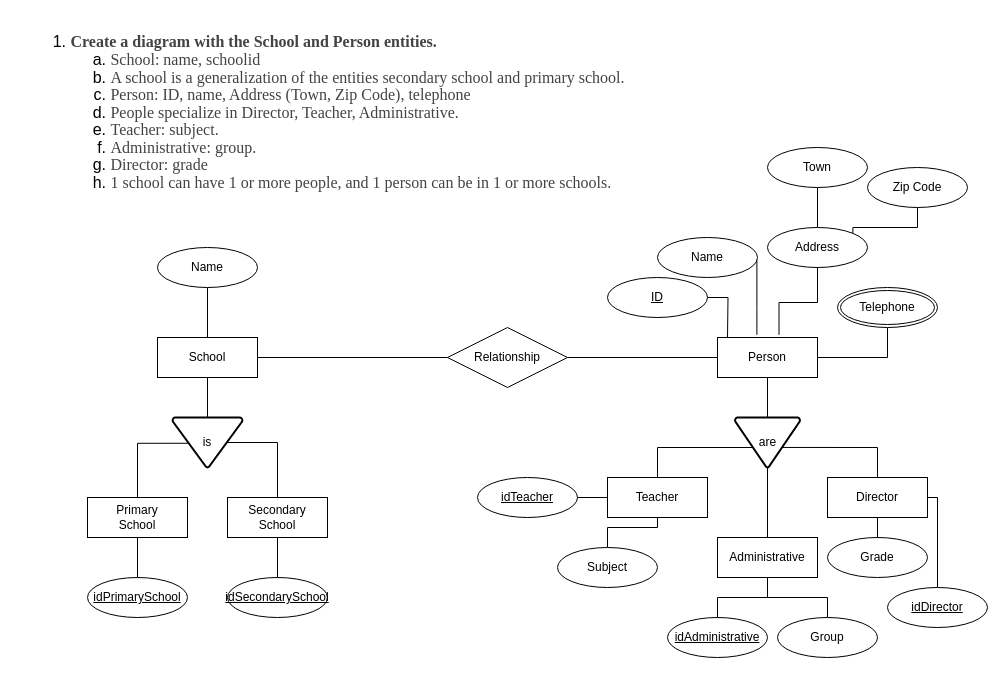
This is page "Exercise 1" (1 of 4) of UD4_Exercise4_MarcosZahonero.drawio from Maek0s/1DAM_Databases, a draw.io file, before an edit. Source tidied: cells renumbered, new cells numbered last; positions are measured from the earlier drawing's top-left corner, leaving out a move shared by most shapes. Both pictures are drawn from the tidied source at 100%, with x=0, y=0 at pixel (17, 17).
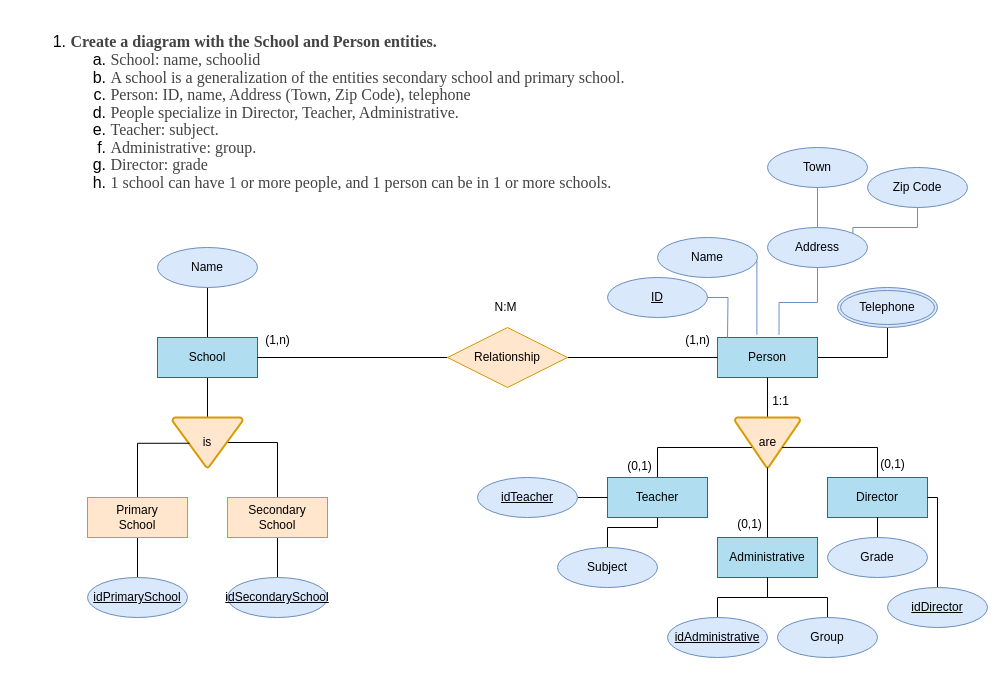
The same page after the edit.

The edit, as a diff of the source:
```diff
@@
-    <mxCell id="5" value="School" style="whiteSpace=wrap;html=1;align=center;" parent="1" vertex="1">
+    <mxCell id="5" value="School" style="whiteSpace=wrap;html=1;align=center;fillColor=#b1ddf0;strokeColor=#10739e;" parent="1" vertex="1">
       <mxGeometry x="140" y="320" width="100" height="40" as="geometry" />
     </mxCell>
@@
-    <mxCell id="7" value="Person" style="whiteSpace=wrap;html=1;align=center;" parent="1" vertex="1">
+    <mxCell id="7" value="Person" style="whiteSpace=wrap;html=1;align=center;fillColor=#b1ddf0;strokeColor=#10739e;" parent="1" vertex="1">
       <mxGeometry x="700" y="320" width="100" height="40" as="geometry" />
     </mxCell>
@@
-    <mxCell id="9" value="is" style="strokeWidth=2;html=1;shape=mxgraph.flowchart.merge_or_storage;whiteSpace=wrap;" parent="1" vertex="1">
+    <mxCell id="9" value="is" style="strokeWidth=2;html=1;shape=mxgraph.flowchart.merge_or_storage;whiteSpace=wrap;fillColor=#ffe6cc;strokeColor=#d79b00;" parent="1" vertex="1">
       <mxGeometry x="155" y="400" width="70" height="50" as="geometry" />
     </mxCell>
@@
-    <mxCell id="12" value="Primary&lt;br&gt;School" style="whiteSpace=wrap;html=1;align=center;" parent="1" vertex="1">
+    <mxCell id="12" value="Primary&lt;br&gt;School" style="whiteSpace=wrap;html=1;align=center;fillColor=#ffe6cc;strokeColor=#d79b00;" parent="1" vertex="1">
       <mxGeometry x="70" y="480" width="100" height="40" as="geometry" />
     </mxCell>
@@
-    <mxCell id="14" value="Secondary&lt;br&gt;School" style="whiteSpace=wrap;html=1;align=center;" parent="1" vertex="1">
+    <mxCell id="14" value="Secondary&lt;br&gt;School" style="whiteSpace=wrap;html=1;align=center;fillColor=#ffe6cc;strokeColor=#d79b00;" parent="1" vertex="1">
       <mxGeometry x="210" y="480" width="100" height="40" as="geometry" />
     </mxCell>
@@
-    <mxCell id="16" value="Teacher" style="whiteSpace=wrap;html=1;align=center;" parent="1" vertex="1">
+    <mxCell id="16" value="Teacher" style="whiteSpace=wrap;html=1;align=center;fillColor=#b1ddf0;strokeColor=#10739e;" parent="1" vertex="1">
       <mxGeometry x="590" y="460" width="100" height="40" as="geometry" />
     </mxCell>
@@
-    <mxCell id="18" value="are" style="strokeWidth=2;html=1;shape=mxgraph.flowchart.merge_or_storage;whiteSpace=wrap;" parent="1" vertex="1">
+    <mxCell id="18" value="are" style="strokeWidth=2;html=1;shape=mxgraph.flowchart.merge_or_storage;whiteSpace=wrap;fillColor=#ffe6cc;strokeColor=#d79b00;" parent="1" vertex="1">
       <mxGeometry x="717.5" y="400" width="65" height="50" as="geometry" />
     </mxCell>
-    <mxCell id="19" value="Administrative" style="whiteSpace=wrap;html=1;align=center;" parent="1" vertex="1">
+    <mxCell id="19" value="Administrative" style="whiteSpace=wrap;html=1;align=center;fillColor=#b1ddf0;strokeColor=#10739e;" parent="1" vertex="1">
       <mxGeometry x="700" y="520" width="100" height="40" as="geometry" />
     </mxCell>
-    <mxCell id="20" value="Director" style="whiteSpace=wrap;html=1;align=center;" parent="1" vertex="1">
+    <mxCell id="20" value="Director" style="whiteSpace=wrap;html=1;align=center;fillColor=#b1ddf0;strokeColor=#10739e;" parent="1" vertex="1">
       <mxGeometry x="810" y="460" width="100" height="40" as="geometry" />
     </mxCell>
@@
-    <mxCell id="25" value="Relationship" style="shape=rhombus;perimeter=rhombusPerimeter;whiteSpace=wrap;html=1;align=center;" parent="1" vertex="1">
+    <mxCell id="25" value="Relationship" style="shape=rhombus;perimeter=rhombusPerimeter;whiteSpace=wrap;html=1;align=center;fillColor=#ffe6cc;strokeColor=#d79b00;" parent="1" vertex="1">
       <mxGeometry x="430" y="310" width="120" height="60" as="geometry" />
     </mxCell>
-    <mxCell id="26" value="Name" style="ellipse;whiteSpace=wrap;html=1;align=center;" parent="1" vertex="1">
+    <mxCell id="26" value="Name" style="ellipse;whiteSpace=wrap;html=1;align=center;fillColor=#dae8fc;strokeColor=#6c8ebf;" parent="1" vertex="1">
       <mxGeometry x="140" y="230" width="100" height="40" as="geometry" />
     </mxCell>
-    <mxCell id="27" value="idPrimarySchool" style="ellipse;whiteSpace=wrap;html=1;align=center;fontStyle=4;" parent="1" vertex="1">
+    <mxCell id="27" value="idPrimarySchool" style="ellipse;whiteSpace=wrap;html=1;align=center;fontStyle=4;fillColor=#dae8fc;strokeColor=#6c8ebf;" parent="1" vertex="1">
       <mxGeometry x="70" y="560" width="100" height="40" as="geometry" />
     </mxCell>
-    <mxCell id="28" value="idSecondarySchool" style="ellipse;whiteSpace=wrap;html=1;align=center;fontStyle=4;" parent="1" vertex="1">
+    <mxCell id="28" value="idSecondarySchool" style="ellipse;whiteSpace=wrap;html=1;align=center;fontStyle=4;fillColor=#dae8fc;strokeColor=#6c8ebf;" parent="1" vertex="1">
       <mxGeometry x="210" y="560" width="100" height="40" as="geometry" />
     </mxCell>
@@
-    <mxCell id="30" value="Subject" style="ellipse;whiteSpace=wrap;html=1;align=center;" parent="1" vertex="1">
+    <mxCell id="30" value="Subject" style="ellipse;whiteSpace=wrap;html=1;align=center;fillColor=#dae8fc;strokeColor=#6c8ebf;" parent="1" vertex="1">
       <mxGeometry x="540" y="530" width="100" height="40" as="geometry" />
     </mxCell>
@@
-    <mxCell id="32" value="Group" style="ellipse;whiteSpace=wrap;html=1;align=center;" parent="1" vertex="1">
+    <mxCell id="32" value="Group" style="ellipse;whiteSpace=wrap;html=1;align=center;fillColor=#dae8fc;strokeColor=#6c8ebf;" parent="1" vertex="1">
       <mxGeometry x="760" y="600" width="100" height="40" as="geometry" />
     </mxCell>
@@
-    <mxCell id="34" value="Grade" style="ellipse;whiteSpace=wrap;html=1;align=center;" parent="1" vertex="1">
+    <mxCell id="34" value="Grade" style="ellipse;whiteSpace=wrap;html=1;align=center;fillColor=#dae8fc;strokeColor=#6c8ebf;" parent="1" vertex="1">
       <mxGeometry x="810" y="520" width="100" height="40" as="geometry" />
     </mxCell>
@@
-    <mxCell id="36" value="idTeacher" style="ellipse;whiteSpace=wrap;html=1;align=center;fontStyle=4;" parent="1" vertex="1">
+    <mxCell id="36" value="idTeacher" style="ellipse;whiteSpace=wrap;html=1;align=center;fontStyle=4;fillColor=#dae8fc;strokeColor=#6c8ebf;" parent="1" vertex="1">
       <mxGeometry x="460" y="460" width="100" height="40" as="geometry" />
     </mxCell>
@@
-    <mxCell id="38" value="idAdministrative" style="ellipse;whiteSpace=wrap;html=1;align=center;fontStyle=4;" parent="1" vertex="1">
+    <mxCell id="38" value="idAdministrative" style="ellipse;whiteSpace=wrap;html=1;align=center;fontStyle=4;fillColor=#dae8fc;strokeColor=#6c8ebf;" parent="1" vertex="1">
       <mxGeometry x="650" y="600" width="100" height="40" as="geometry" />
     </mxCell>
@@
-    <mxCell id="40" value="idDirector" style="ellipse;whiteSpace=wrap;html=1;align=center;fontStyle=4;" parent="1" vertex="1">
+    <mxCell id="40" value="idDirector" style="ellipse;whiteSpace=wrap;html=1;align=center;fontStyle=4;fillColor=#dae8fc;strokeColor=#6c8ebf;" parent="1" vertex="1">
       <mxGeometry x="870" y="570" width="100" height="40" as="geometry" />
     </mxCell>
-    <mxCell id="41" style="edgeStyle=orthogonalEdgeStyle;rounded=0;jettySize=auto;html=1;endArrow=none;endFill=0;" parent="1" edge="1" source="42">
+    <mxCell id="41" style="edgeStyle=orthogonalEdgeStyle;rounded=0;jettySize=auto;html=1;endArrow=none;endFill=0;fillColor=#dae8fc;strokeColor=#6c8ebf;" parent="1" edge="1" source="42">
       <mxGeometry relative="1" as="geometry">
         <mxPoint x="710" y="320" as="targetPoint" />
       </mxGeometry>
     </mxCell>
-    <mxCell id="42" value="ID" style="ellipse;whiteSpace=wrap;html=1;align=center;fontStyle=4;" parent="1" vertex="1">
+    <mxCell id="42" value="ID" style="ellipse;whiteSpace=wrap;html=1;align=center;fontStyle=4;fillColor=#dae8fc;strokeColor=#6c8ebf;" parent="1" vertex="1">
       <mxGeometry x="590" y="260" width="100" height="40" as="geometry" />
     </mxCell>
-    <mxCell id="43" value="Name" style="ellipse;whiteSpace=wrap;html=1;align=center;" parent="1" vertex="1">
+    <mxCell id="43" value="Name" style="ellipse;whiteSpace=wrap;html=1;align=center;fillColor=#dae8fc;strokeColor=#6c8ebf;" parent="1" vertex="1">
       <mxGeometry x="640" y="220" width="100" height="40" as="geometry" />
     </mxCell>
-    <mxCell id="44" style="edgeStyle=orthogonalEdgeStyle;rounded=0;jettySize=auto;html=1;entryX=0.394;entryY=-0.067;entryDx=0;entryDy=0;entryPerimeter=0;endArrow=none;endFill=0;" parent="1" edge="1" source="43" target="7">
+    <mxCell id="44" style="edgeStyle=orthogonalEdgeStyle;rounded=0;jettySize=auto;html=1;entryX=0.394;entryY=-0.067;entryDx=0;entryDy=0;entryPerimeter=0;endArrow=none;endFill=0;fillColor=#dae8fc;strokeColor=#6c8ebf;" parent="1" edge="1" source="43" target="7">
       <mxGeometry relative="1" as="geometry">
         <Array as="points">
           <mxPoint x="740" y="290" />
         </Array>
       </mxGeometry>
     </mxCell>
-    <mxCell id="45" style="edgeStyle=orthogonalEdgeStyle;rounded=0;jettySize=auto;html=1;entryX=0.5;entryY=1;entryDx=0;entryDy=0;endArrow=none;endFill=0;" parent="1" edge="1" source="46" target="47">
+    <mxCell id="45" style="edgeStyle=orthogonalEdgeStyle;rounded=0;jettySize=auto;html=1;entryX=0.5;entryY=1;entryDx=0;entryDy=0;endArrow=none;endFill=0;fillColor=#dae8fc;strokeColor=#6c8ebf;" parent="1" edge="1" source="46" target="47">
       <mxGeometry relative="1" as="geometry" />
     </mxCell>
-    <mxCell id="46" value="Address" style="ellipse;whiteSpace=wrap;html=1;align=center;" parent="1" vertex="1">
+    <mxCell id="46" value="Address" style="ellipse;whiteSpace=wrap;html=1;align=center;fillColor=#dae8fc;strokeColor=#6c8ebf;" parent="1" vertex="1">
       <mxGeometry x="750" y="210" width="100" height="40" as="geometry" />
     </mxCell>
-    <mxCell id="47" value="Town" style="ellipse;whiteSpace=wrap;html=1;align=center;" parent="1" vertex="1">
+    <mxCell id="47" value="Town" style="ellipse;whiteSpace=wrap;html=1;align=center;fillColor=#dae8fc;strokeColor=#6c8ebf;" parent="1" vertex="1">
       <mxGeometry x="750" y="130" width="100" height="40" as="geometry" />
     </mxCell>
-    <mxCell id="48" style="edgeStyle=orthogonalEdgeStyle;rounded=0;jettySize=auto;html=1;entryX=1;entryY=0;entryDx=0;entryDy=0;endArrow=none;endFill=0;" parent="1" edge="1" source="49" target="46">
+    <mxCell id="48" style="edgeStyle=orthogonalEdgeStyle;rounded=0;jettySize=auto;html=1;entryX=1;entryY=0;entryDx=0;entryDy=0;endArrow=none;endFill=0;fillColor=#dae8fc;strokeColor=#6c8ebf;" parent="1" edge="1" source="49" target="46">
       <mxGeometry relative="1" as="geometry" />
     </mxCell>
-    <mxCell id="49" value="Zip Code" style="ellipse;whiteSpace=wrap;html=1;align=center;" parent="1" vertex="1">
+    <mxCell id="49" value="Zip Code" style="ellipse;whiteSpace=wrap;html=1;align=center;fillColor=#dae8fc;strokeColor=#6c8ebf;" parent="1" vertex="1">
       <mxGeometry x="850" y="150" width="100" height="40" as="geometry" />
     </mxCell>
-    <mxCell id="50" style="edgeStyle=orthogonalEdgeStyle;rounded=0;jettySize=auto;html=1;entryX=0.615;entryY=-0.067;entryDx=0;entryDy=0;entryPerimeter=0;endArrow=none;endFill=0;" parent="1" edge="1" source="46" target="7">
+    <mxCell id="50" style="edgeStyle=orthogonalEdgeStyle;rounded=0;jettySize=auto;html=1;entryX=0.615;entryY=-0.067;entryDx=0;entryDy=0;entryPerimeter=0;endArrow=none;endFill=0;fillColor=#dae8fc;strokeColor=#6c8ebf;" parent="1" edge="1" source="46" target="7">
       <mxGeometry relative="1" as="geometry" />
     </mxCell>
-    <mxCell id="51" value="Telephone" style="ellipse;shape=doubleEllipse;margin=3;whiteSpace=wrap;html=1;align=center;" parent="1" vertex="1">
+    <mxCell id="51" value="Telephone" style="ellipse;shape=doubleEllipse;margin=3;whiteSpace=wrap;html=1;align=center;fillColor=#dae8fc;strokeColor=#6c8ebf;" parent="1" vertex="1">
       <mxGeometry x="820" y="270" width="100" height="40" as="geometry" />
     </mxCell>
+    <mxCell id="52" value="(1,n)" style="text;html=1;align=center;verticalAlign=middle;strokeColor=none;fillColor=none;" parent="1" vertex="1">
+      <mxGeometry x="655" y="308" width="50" height="30" as="geometry" />
+    </mxCell>
+    <mxCell id="53" value="(1,n)" style="text;html=1;align=center;verticalAlign=middle;strokeColor=none;fillColor=none;" parent="1" vertex="1">
+      <mxGeometry x="235" y="308" width="50" height="30" as="geometry" />
+    </mxCell>
+    <mxCell id="54" value="N:M" style="text;html=1;align=center;verticalAlign=middle;strokeColor=none;fillColor=none;" parent="1" vertex="1">
+      <mxGeometry x="463" y="275" width="50" height="30" as="geometry" />
+    </mxCell>
+    <mxCell id="55" value="(0,1)" style="text;html=1;align=center;verticalAlign=middle;strokeColor=none;fillColor=none;" parent="1" vertex="1">
+      <mxGeometry x="597" y="434" width="50" height="30" as="geometry" />
+    </mxCell>
+    <mxCell id="56" value="(0,1)" style="text;html=1;align=center;verticalAlign=middle;strokeColor=none;fillColor=none;" parent="1" vertex="1">
+      <mxGeometry x="707" y="492" width="50" height="30" as="geometry" />
+    </mxCell>
+    <mxCell id="57" value="(0,1)" style="text;html=1;align=center;verticalAlign=middle;strokeColor=none;fillColor=none;" parent="1" vertex="1">
+      <mxGeometry x="850" y="432" width="50" height="30" as="geometry" />
+    </mxCell>
+    <mxCell id="58" value="1:1" style="text;html=1;align=center;verticalAlign=middle;strokeColor=none;fillColor=none;" parent="1" vertex="1">
+      <mxGeometry x="743" y="369" width="40" height="30" as="geometry" />
+    </mxCell>
```
